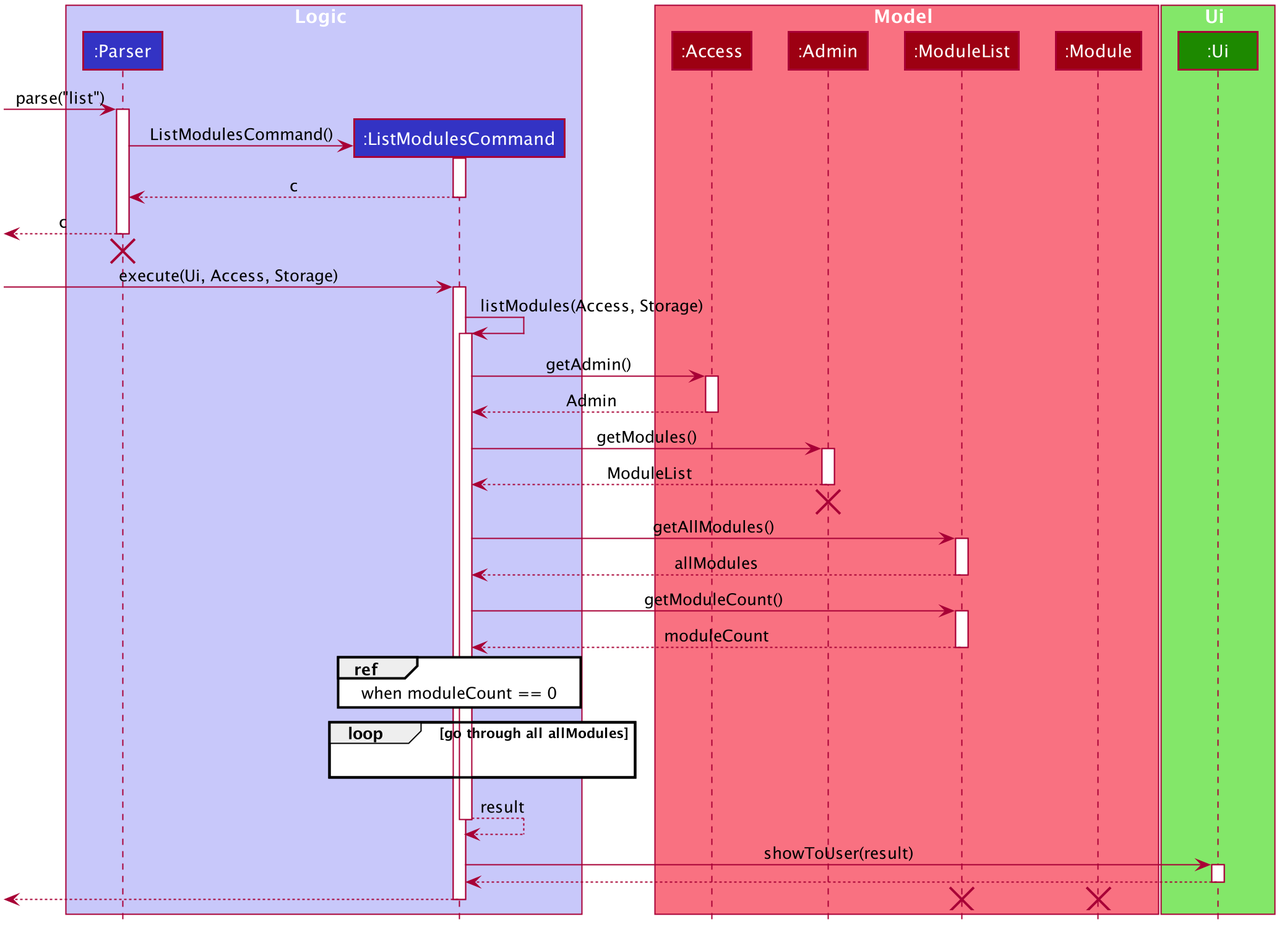
Above: docs/UML/listmod_seq_diagram.png in nus-cs2113-AY2021S1/tp (PlantUML), before the change.
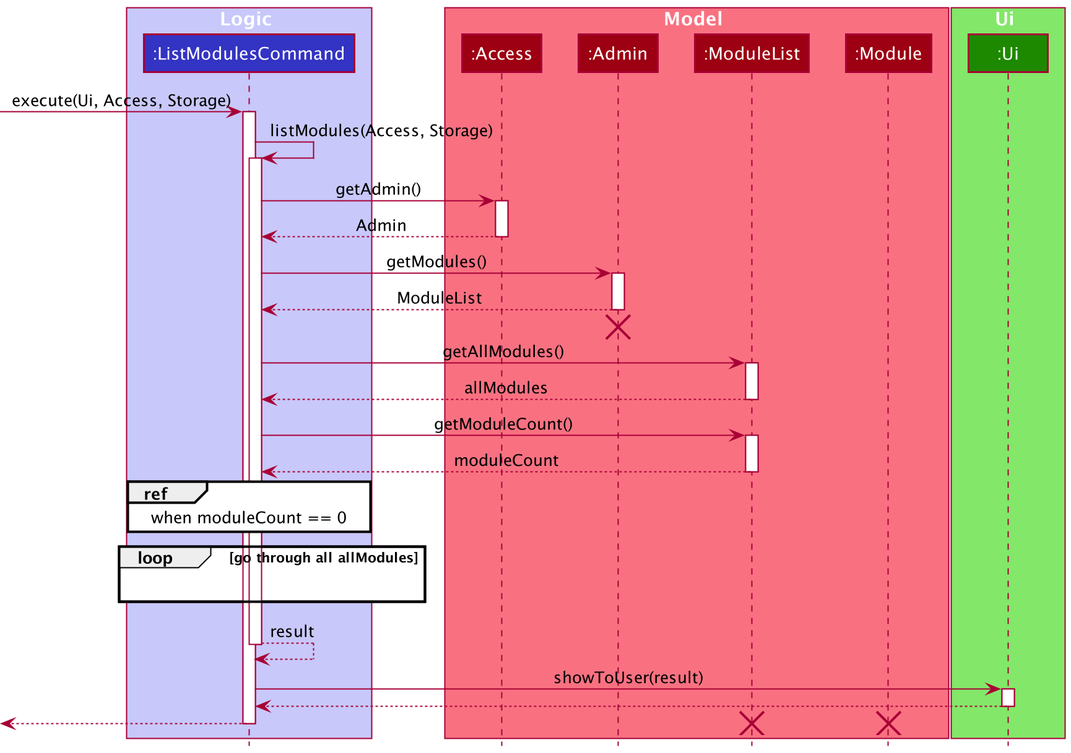
After the change.

What changed in the source:
```diff
@@ -1,83 +1,20 @@
 @startuml
+!include style.puml
 
-
-
-
-
-
-
-
-skinparam BackgroundColor #FFFFFFF
-
-skinparam Shadowing false
-
-skinparam Class {
-    FontColor #FFFFFF
-    BorderThickness 1
-    BorderColor #FFFFFF
-    StereotypeFontColor #FFFFFF
-    FontName Arial
-}
-
-skinparam Actor {
-    BorderColor #000000
-    Color #000000
-    FontName Arial
-}
-
-skinparam Sequence {
-    MessageAlign center
-    BoxFontSize 15
-    BoxPadding 0
-    BoxFontColor #FFFFFF
-    FontName Arial
-}
-
-skinparam Participant {
-    FontColor #FFFFFFF
-    Padding 20
-}
-
-skinparam MinClassWidth 50
-skinparam ParticipantPadding 10
-skinparam Shadowing false
-skinparam DefaultTextAlignment center
-skinparam packageStyle Rectangle
-
-hide footbox
-hide members
-hide circle
-
-box Logic #C8C8FA
-participant ":Parser" as Parser #3333C4
-participant ":ListModulesCommand" as ListModulesCommand #3333C4
+box Logic LOGIC_COLOR_T1
+participant ":ListModulesCommand" as ListModulesCommand LOGIC_COLOR
 end box
 
-box Model #F97181
-participant ":Access" as Access #9D0012
-participant ":Admin" as Admin #9D0012
-participant ":ModuleList" as ModuleList #9D0012
-participant ":Module" as Module #9D0012
+box Model MODEL_COLOR_T1
+participant ":Access" as Access MODEL_COLOR
+participant ":Admin" as Admin MODEL_COLOR
+participant ":ModuleList" as ModuleList MODEL_COLOR
+participant ":Module" as Module MODEL_COLOR
 end box
 
-box Ui #83E769
-participant ":Ui" as Ui #1D8900
+box Ui UI_COLOR_T1
+participant ":Ui" as Ui UI_COLOR
 end box
-
-[-> Parser : parse("list")
-activate Parser
-
-create ListModulesCommand
-Parser -> ListModulesCommand : ListModulesCommand()
-activate ListModulesCommand
-
-ListModulesCommand --> Parser : c
-deactivate ListModulesCommand
-
-[<-- Parser : c
-deactivate Parser
-[<-[hidden]- Parser
-destroy Parser
 
 [-> ListModulesCommand : execute(Ui, Access, Storage)
 activate ListModulesCommand
```
